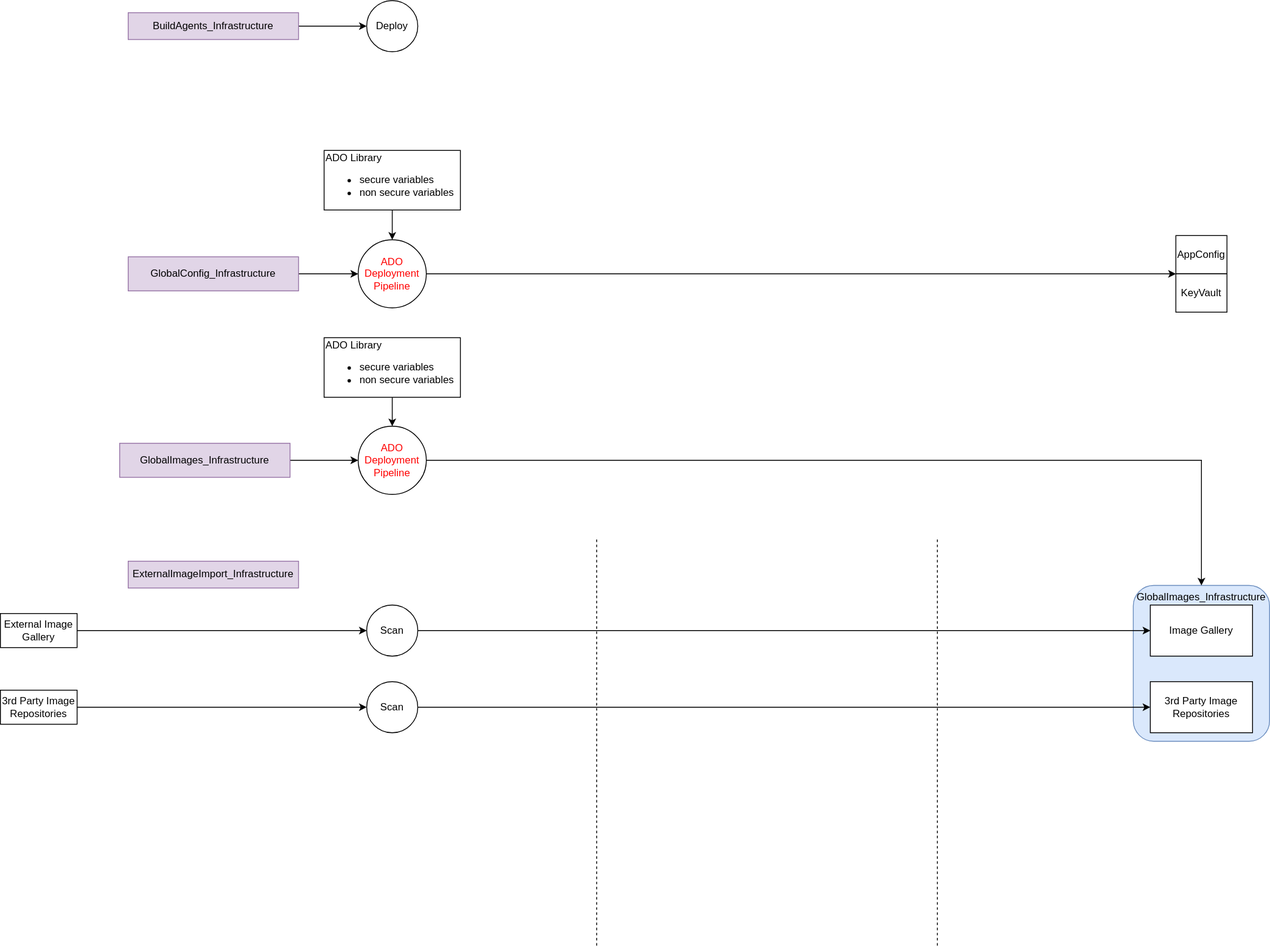
vjavle/invoicecloud keeps this draw.io diagram as infra/SecureInfrastructureRepoPipelines.svg. Above is the earlier version. Source tidied: cells renumbered, new cells last; positions are measured from the earlier drawing's top-left corner, leaving out a move shared by most shapes.
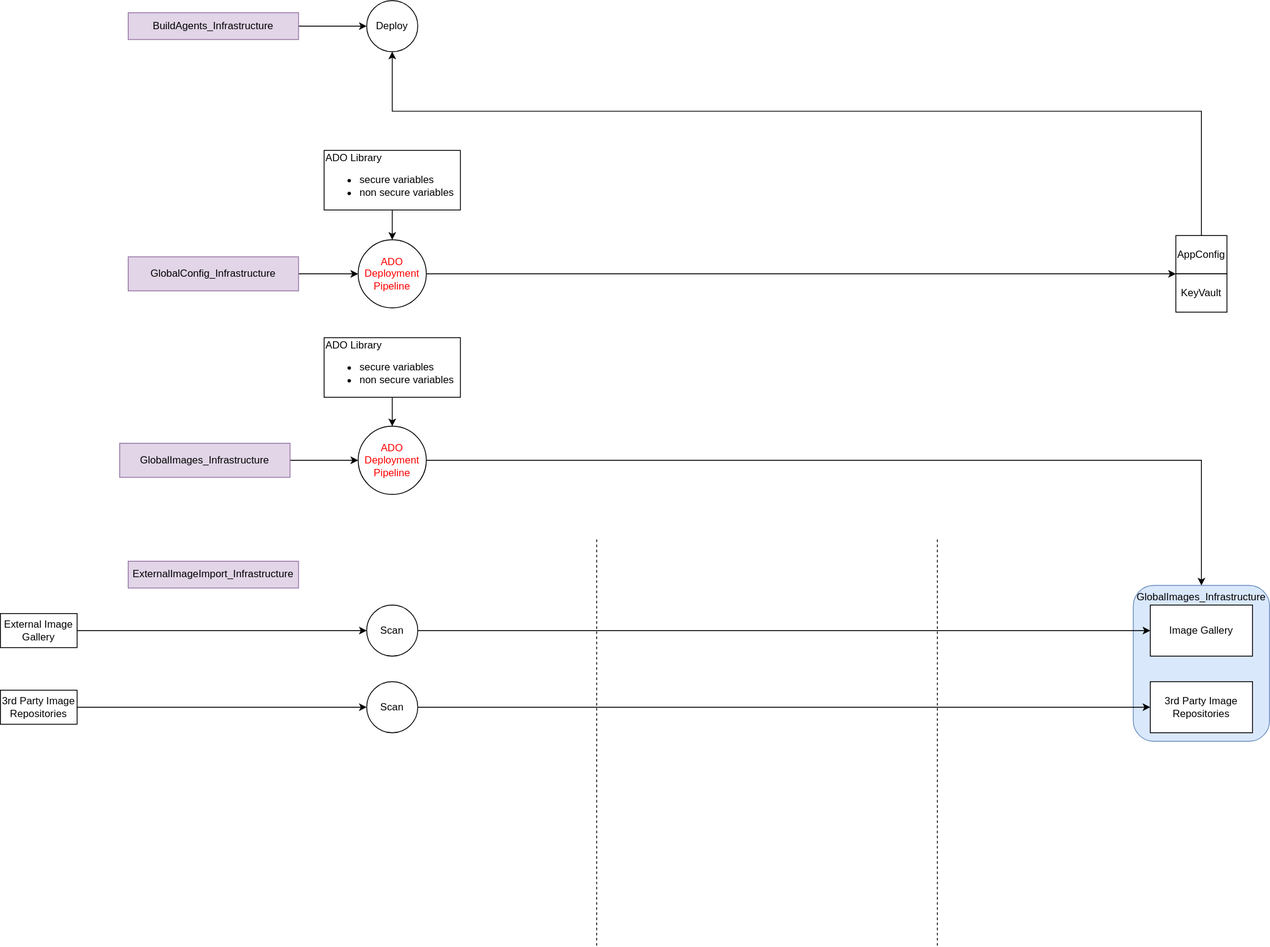
After the commit.

Diff of the diagram source:
```diff
@@ -111,5 +111,13 @@
     <mxCell id="33" value="Deploy" style="ellipse;whiteSpace=wrap;html=1;" parent="1" vertex="1">
       <mxGeometry x="430" width="60" height="60" as="geometry" />
     </mxCell>
+    <mxCell id="34" style="edgeStyle=orthogonalEdgeStyle;rounded=0;jettySize=auto;html=1;entryX=0.5;entryY=1;entryDx=0;entryDy=0;fontColor=#FF0000;" parent="1" edge="1" source="29" target="33">
+      <mxGeometry relative="1" as="geometry">
+        <Array as="points">
+          <mxPoint x="1410" y="130" />
+          <mxPoint x="460" y="130" />
+        </Array>
+      </mxGeometry>
+    </mxCell>
   </root>
 </mxGraphModel>
```
